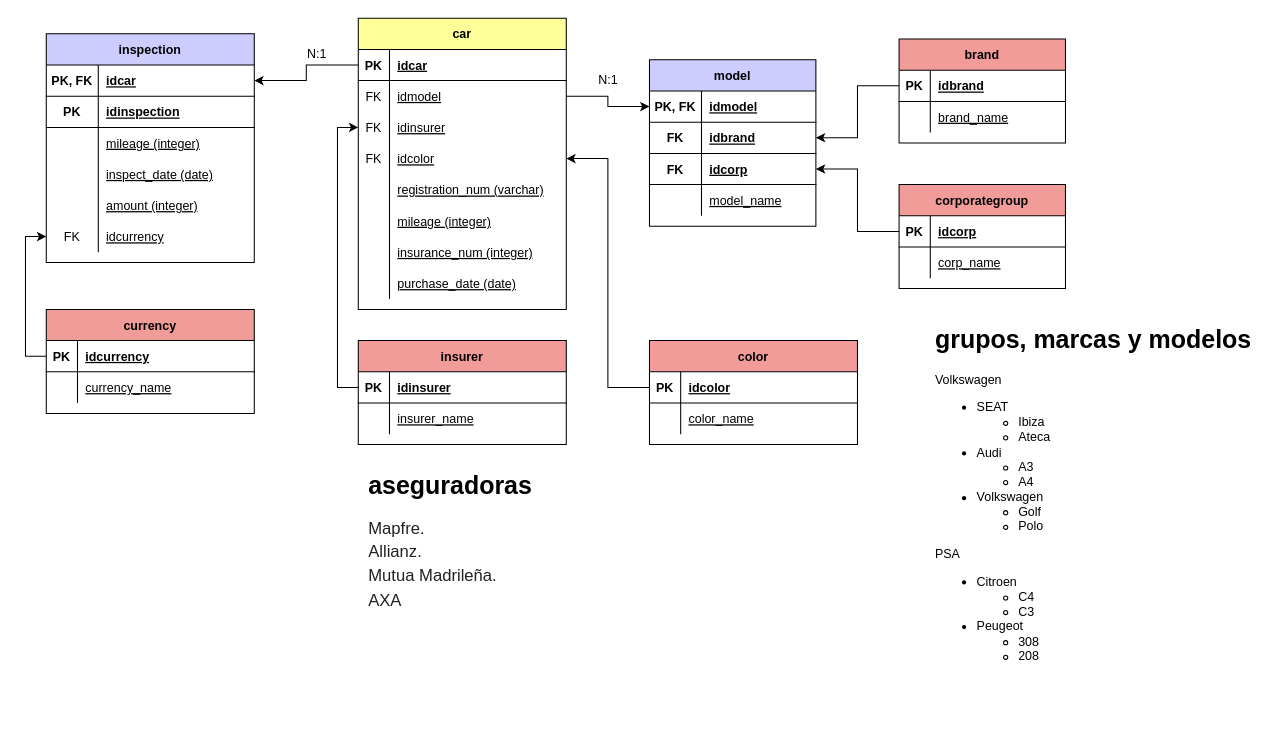
Before: page "Diagrama entidad relación" (1 of 2) of modeloER.drawio in valgz/modelado_datos_sql, a draw.io diagram. Source tidied: cells renumbered, new cells numbered last; positions are measured from the earlier drawing's top-left corner, leaving out a move shared by most shapes. Both pictures are drawn from the tidied source at 104%, with x=0, y=0 at pixel (46, 18).
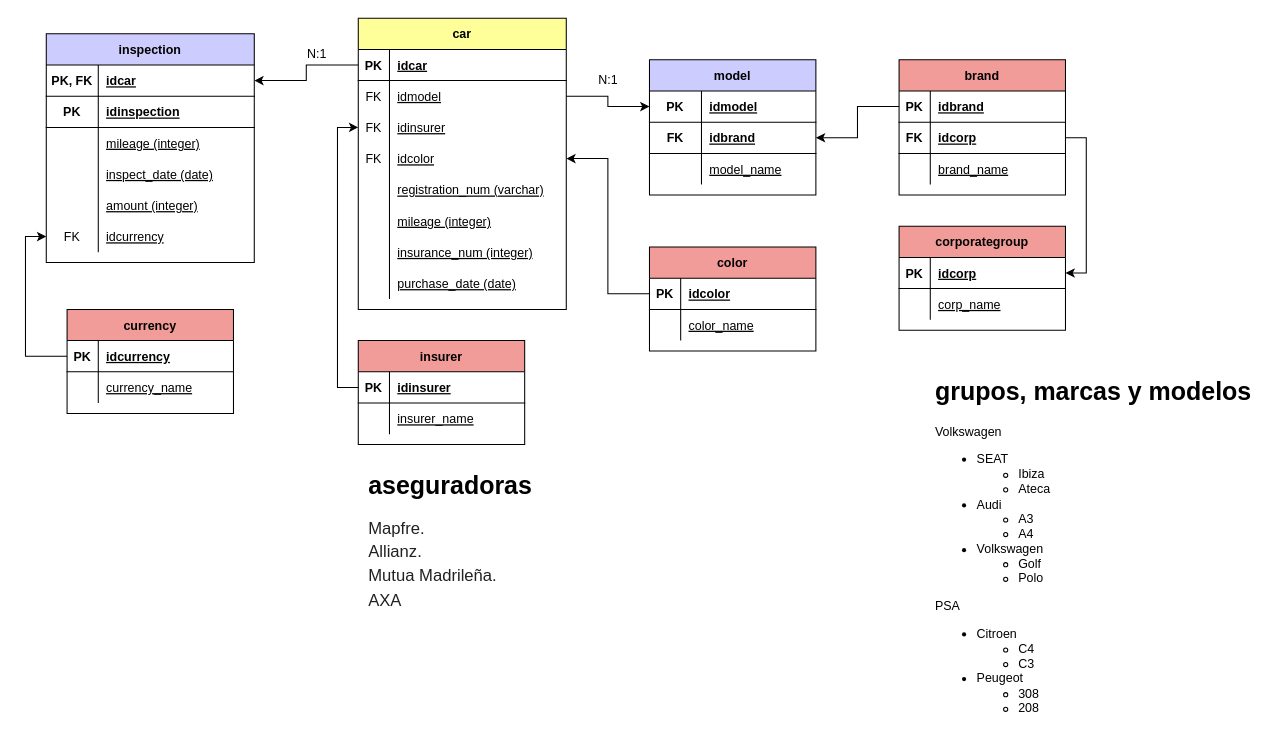
The same page after the edit.

Unchanged cells that the change refers to:
```xml
<mxCell id="47" style="shape=tableRow;horizontal=0;startSize=0;swimlaneHead=0;swimlaneBody=0;fillColor=none;points=[[0,0.5],[1,0.5]];portConstraint=eastwest;top=0;left=0;right=0;bottom=1;" parent="46" vertex="1">
  <mxGeometry y="30" width="160" height="30" as="geometry" />
</mxCell>
<mxCell id="60" style="shape=tableRow;horizontal=0;startSize=0;swimlaneHead=0;swimlaneBody=0;fillColor=none;points=[[0,0.5],[1,0.5]];portConstraint=eastwest;top=0;left=0;right=0;bottom=1;" parent="59" vertex="1">
  <mxGeometry y="30" width="160" height="30" as="geometry" />
</mxCell>
```

What changed in the source:
```diff
@@
     <mxCell id="46" value="model" style="shape=table;startSize=30;childLayout=tableLayout;rowLines=0;fontStyle=1;align=center;fillColor=#CCCCFF;" parent="1" vertex="1">
-      <mxGeometry x="580" y="40" width="160" height="160" as="geometry" />
+      <mxGeometry x="580" y="40" width="160" height="130" as="geometry" />
     </mxCell>
@@
-    <mxCell id="48" value="PK, FK" style="shape=partialRectangle;fillColor=none;top=0;left=0;bottom=0;right=0;fontStyle=1;overflow=hidden;" parent="47" vertex="1">
+    <mxCell id="48" value="PK" style="shape=partialRectangle;fillColor=none;top=0;left=0;bottom=0;right=0;fontStyle=1;overflow=hidden;" parent="47" vertex="1">
       <mxGeometry width="50" height="30" as="geometry" />
     </mxCell>
@@
-    <mxCell id="53" style="shape=tableRow;horizontal=0;startSize=0;swimlaneHead=0;swimlaneBody=0;fillColor=none;points=[[0,0.5],[1,0.5]];portConstraint=eastwest;top=0;left=0;right=0;bottom=1;" parent="46" vertex="1">
-      <mxGeometry y="90" width="160" height="30" as="geometry" />
-    </mxCell>
-    <mxCell id="54" value="FK" style="shape=partialRectangle;fillColor=none;top=0;left=0;bottom=0;right=0;fontStyle=1;overflow=hidden;" parent="53" vertex="1">
-      <mxGeometry width="50" height="30" as="geometry" />
-    </mxCell>
-    <mxCell id="55" value="idcorp" style="shape=partialRectangle;fillColor=none;top=0;left=0;bottom=0;right=0;align=left;spacingLeft=6;fontStyle=5;overflow=hidden;" parent="53" vertex="1">
-      <mxGeometry x="50" width="110" height="30" as="geometry" />
-    </mxCell>
     <mxCell id="56" style="shape=tableRow;horizontal=0;startSize=0;swimlaneHead=0;swimlaneBody=0;fillColor=none;top=0;left=0;right=0;bottom=0;" parent="46" vertex="1">
-      <mxGeometry y="120" width="160" height="30" as="geometry" />
+      <mxGeometry y="90" width="160" height="30" as="geometry" />
     </mxCell>
@@
     <mxCell id="59" value="corporategroup" style="shape=table;startSize=30;childLayout=tableLayout;rowLines=0;fontStyle=1;align=center;fillColor=#F19C99;" parent="1" vertex="1">
-      <mxGeometry x="820" y="160" width="160" height="100" as="geometry" />
+      <mxGeometry x="820" y="200" width="160" height="100" as="geometry" />
     </mxCell>
@@
     <mxCell id="67" value="&lt;h1&gt;grupos, marcas y modelos&lt;/h1&gt;&lt;p&gt;&lt;/p&gt;&lt;span style=&quot;background-color: initial;&quot;&gt;Volkswagen&lt;/span&gt;&lt;br&gt;&lt;ul&gt;&lt;li&gt;&lt;span style=&quot;background-color: initial;&quot;&gt;SEAT&lt;/span&gt;&lt;br&gt;&lt;/li&gt;&lt;ul&gt;&lt;li&gt;&lt;span style=&quot;background-color: initial;&quot;&gt;Ibiza&lt;/span&gt;&lt;/li&gt;&lt;li&gt;&lt;span style=&quot;background-color: initial;&quot;&gt;Ateca&lt;/span&gt;&lt;/li&gt;&lt;/ul&gt;&lt;li&gt;&lt;span style=&quot;background-color: initial;&quot;&gt;Audi&lt;/span&gt;&lt;br&gt;&lt;/li&gt;&lt;ul&gt;&lt;li&gt;&lt;span style=&quot;background-color: initial;&quot;&gt;A3&lt;/span&gt;&lt;/li&gt;&lt;li&gt;&lt;span style=&quot;background-color: initial;&quot;&gt;A4&lt;/span&gt;&lt;/li&gt;&lt;/ul&gt;&lt;li&gt;&lt;span style=&quot;background-color: initial;&quot;&gt;Volkswagen&lt;/span&gt;&lt;br&gt;&lt;/li&gt;&lt;ul&gt;&lt;li&gt;&lt;span style=&quot;background-color: initial;&quot;&gt;Golf&lt;/span&gt;&lt;/li&gt;&lt;li&gt;&lt;span style=&quot;background-color: initial;&quot;&gt;Polo&lt;/span&gt;&lt;/li&gt;&lt;/ul&gt;&lt;/ul&gt;&lt;span style=&quot;background-color: initial;&quot;&gt;PSA&lt;/span&gt;&lt;br&gt;&lt;ul&gt;&lt;li&gt;&lt;span style=&quot;background-color: initial;&quot;&gt;Citroen&lt;/span&gt;&lt;br&gt;&lt;/li&gt;&lt;ul&gt;&lt;li&gt;&lt;span style=&quot;background-color: initial;&quot;&gt;C4&lt;/span&gt;&lt;/li&gt;&lt;li&gt;&lt;span style=&quot;background-color: initial;&quot;&gt;C3&lt;/span&gt;&lt;/li&gt;&lt;/ul&gt;&lt;li&gt;&lt;span style=&quot;background-color: initial;&quot;&gt;Peugeot&lt;/span&gt;&lt;br&gt;&lt;/li&gt;&lt;ul&gt;&lt;li&gt;&lt;span style=&quot;background-color: initial;&quot;&gt;308&lt;/span&gt;&lt;/li&gt;&lt;li&gt;&lt;span style=&quot;background-color: initial;&quot;&gt;208&lt;/span&gt;&lt;/li&gt;&lt;/ul&gt;&lt;/ul&gt;&lt;br&gt;&lt;p&gt;&lt;/p&gt;" style="text;html=1;strokeColor=none;fillColor=none;spacing=5;spacingTop=-20;whiteSpace=wrap;overflow=hidden;rounded=0;" parent="1" vertex="1">
-      <mxGeometry x="850" y="290" width="320" height="330" as="geometry" />
+      <mxGeometry x="850" y="340" width="320" height="330" as="geometry" />
     </mxCell>
@@
     <mxCell id="69" value="currency" style="shape=table;startSize=30;childLayout=tableLayout;rowLines=0;fontStyle=1;align=center;fillColor=#F19C99;" parent="1" vertex="1">
-      <mxGeometry y="280" width="200" height="100" as="geometry" />
+      <mxGeometry x="20" y="280" width="160" height="100" as="geometry" />
     </mxCell>
     <mxCell id="70" style="shape=tableRow;horizontal=0;startSize=0;swimlaneHead=0;swimlaneBody=0;fillColor=none;points=[[0,0.5],[1,0.5]];portConstraint=eastwest;top=0;left=0;right=0;bottom=1;" parent="69" vertex="1">
-      <mxGeometry y="30" width="200" height="30" as="geometry" />
+      <mxGeometry y="30" width="160" height="30" as="geometry" />
     </mxCell>
@@
     <mxCell id="72" value="idcurrency" style="shape=partialRectangle;fillColor=none;top=0;left=0;bottom=0;right=0;align=left;spacingLeft=6;fontStyle=5;overflow=hidden;" parent="70" vertex="1">
-      <mxGeometry x="30" width="170" height="30" as="geometry" />
+      <mxGeometry x="30" width="130" height="30" as="geometry" />
     </mxCell>
     <mxCell id="73" style="shape=tableRow;horizontal=0;startSize=0;swimlaneHead=0;swimlaneBody=0;fillColor=none;top=0;left=0;right=0;bottom=0;" parent="69" vertex="1">
-      <mxGeometry y="60" width="200" height="30" as="geometry" />
+      <mxGeometry y="60" width="160" height="30" as="geometry" />
     </mxCell>
@@
     <mxCell id="75" value="currency_name" style="shape=partialRectangle;fillColor=none;top=0;left=0;bottom=0;right=0;align=left;spacingLeft=6;overflow=hidden;fontStyle=4;" parent="73" vertex="1">
-      <mxGeometry x="30" width="170" height="30" as="geometry" />
+      <mxGeometry x="30" width="130" height="30" as="geometry" />
     </mxCell>
@@
     <mxCell id="77" value="insurer" style="shape=table;startSize=30;childLayout=tableLayout;rowLines=0;fontStyle=1;align=center;fillColor=#F19C99;" parent="1" vertex="1">
-      <mxGeometry x="300" y="310" width="200" height="100" as="geometry" />
+      <mxGeometry x="300" y="310" width="160" height="100" as="geometry" />
     </mxCell>
     <mxCell id="78" style="shape=tableRow;horizontal=0;startSize=0;swimlaneHead=0;swimlaneBody=0;fillColor=none;points=[[0,0.5],[1,0.5]];portConstraint=eastwest;top=0;left=0;right=0;bottom=1;" parent="77" vertex="1">
-      <mxGeometry y="30" width="200" height="30" as="geometry" />
+      <mxGeometry y="30" width="160" height="30" as="geometry" />
     </mxCell>
@@
     <mxCell id="80" value="idinsurer" style="shape=partialRectangle;fillColor=none;top=0;left=0;bottom=0;right=0;align=left;spacingLeft=6;fontStyle=5;overflow=hidden;" parent="78" vertex="1">
-      <mxGeometry x="30" width="170" height="30" as="geometry" />
+      <mxGeometry x="30" width="130" height="30" as="geometry" />
     </mxCell>
     <mxCell id="81" style="shape=tableRow;horizontal=0;startSize=0;swimlaneHead=0;swimlaneBody=0;fillColor=none;top=0;left=0;right=0;bottom=0;" parent="77" vertex="1">
-      <mxGeometry y="60" width="200" height="30" as="geometry" />
+      <mxGeometry y="60" width="160" height="30" as="geometry" />
     </mxCell>
@@
     <mxCell id="83" value="insurer_name" style="shape=partialRectangle;fillColor=none;top=0;left=0;bottom=0;right=0;align=left;spacingLeft=6;overflow=hidden;fontStyle=4;" parent="81" vertex="1">
-      <mxGeometry x="30" width="170" height="30" as="geometry" />
+      <mxGeometry x="30" width="130" height="30" as="geometry" />
     </mxCell>
@@
     <mxCell id="89" value="color" style="shape=table;startSize=30;childLayout=tableLayout;rowLines=0;fontStyle=1;align=center;fillColor=#F19C99;" parent="1" vertex="1">
-      <mxGeometry x="580" y="310" width="200" height="100" as="geometry" />
+      <mxGeometry x="580" y="220" width="160" height="100" as="geometry" />
     </mxCell>
     <mxCell id="90" style="shape=tableRow;horizontal=0;startSize=0;swimlaneHead=0;swimlaneBody=0;fillColor=none;points=[[0,0.5],[1,0.5]];portConstraint=eastwest;top=0;left=0;right=0;bottom=1;" parent="89" vertex="1">
-      <mxGeometry y="30" width="200" height="30" as="geometry" />
+      <mxGeometry y="30" width="160" height="30" as="geometry" />
     </mxCell>
@@
     <mxCell id="92" value="idcolor" style="shape=partialRectangle;fillColor=none;top=0;left=0;bottom=0;right=0;align=left;spacingLeft=6;fontStyle=5;overflow=hidden;" parent="90" vertex="1">
-      <mxGeometry x="30" width="170" height="30" as="geometry" />
+      <mxGeometry x="30" width="130" height="30" as="geometry" />
     </mxCell>
     <mxCell id="93" style="shape=tableRow;horizontal=0;startSize=0;swimlaneHead=0;swimlaneBody=0;fillColor=none;top=0;left=0;right=0;bottom=0;" parent="89" vertex="1">
-      <mxGeometry y="60" width="200" height="30" as="geometry" />
+      <mxGeometry y="60" width="160" height="30" as="geometry" />
     </mxCell>
@@
     <mxCell id="95" value="color_name" style="shape=partialRectangle;fillColor=none;top=0;left=0;bottom=0;right=0;align=left;spacingLeft=6;overflow=hidden;fontStyle=4;" parent="93" vertex="1">
-      <mxGeometry x="30" width="170" height="30" as="geometry" />
+      <mxGeometry x="30" width="130" height="30" as="geometry" />
     </mxCell>
@@
     <mxCell id="97" value="brand" style="shape=table;startSize=30;childLayout=tableLayout;rowLines=0;fontStyle=1;align=center;fillColor=#F19C99;" parent="1" vertex="1">
-      <mxGeometry x="820" y="20" width="160" height="100" as="geometry" />
+      <mxGeometry x="820" y="40" width="160" height="130" as="geometry" />
     </mxCell>
@@
+    <mxCell id="106" style="shape=tableRow;horizontal=0;startSize=0;swimlaneHead=0;swimlaneBody=0;fillColor=none;points=[[0,0.5],[1,0.5]];portConstraint=eastwest;top=0;left=0;right=0;bottom=1;" parent="97" vertex="1">
+      <mxGeometry y="60" width="160" height="30" as="geometry" />
+    </mxCell>
+    <mxCell id="54" value="FK" style="shape=partialRectangle;fillColor=none;top=0;left=0;bottom=0;right=0;fontStyle=1;overflow=hidden;" parent="106" vertex="1">
+      <mxGeometry width="30" height="30" as="geometry" />
+    </mxCell>
+    <mxCell id="55" value="idcorp" style="shape=partialRectangle;fillColor=none;top=0;left=0;bottom=0;right=0;align=left;spacingLeft=6;fontStyle=5;overflow=hidden;" parent="106" vertex="1">
+      <mxGeometry x="30" width="130" height="30" as="geometry" />
+    </mxCell>
     <mxCell id="101" style="shape=tableRow;horizontal=0;startSize=0;swimlaneHead=0;swimlaneBody=0;fillColor=none;top=0;left=0;right=0;bottom=0;" parent="97" vertex="1">
-      <mxGeometry y="60" width="160" height="30" as="geometry" />
+      <mxGeometry y="90" width="160" height="30" as="geometry" />
     </mxCell>
@@
-    <mxCell id="105" style="edgeStyle=orthogonalEdgeStyle;rounded=0;jettySize=auto;html=1;exitX=0;exitY=0.5;exitDx=0;exitDy=0;entryX=1;entryY=0.5;entryDx=0;entryDy=0;" parent="1" edge="1" source="60" target="53">
-      <mxGeometry relative="1" as="geometry" />
-    </mxCell>
+    <mxCell id="107" style="edgeStyle=orthogonalEdgeStyle;rounded=0;jettySize=auto;html=1;exitX=1;exitY=0.5;exitDx=0;exitDy=0;entryX=1;entryY=0.5;entryDx=0;entryDy=0;" parent="1" edge="1" source="106" target="60">
+      <mxGeometry relative="1" as="geometry" />
+    </mxCell>
```
